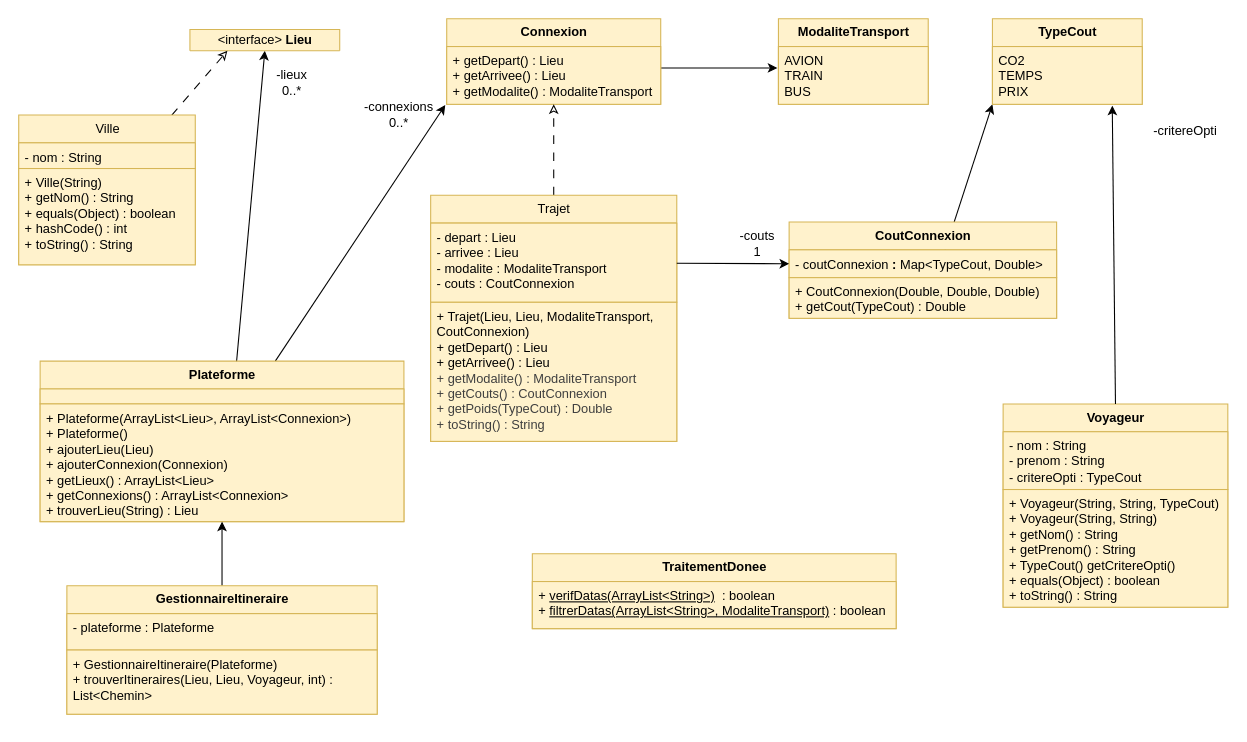
Before: rapport/uml.drawio in Nelioo7/GPS3000, a draw.io diagram. Source tidied: cells renumbered, new cells numbered last; positions are measured from the earlier drawing's top-left corner, leaving out a move shared by most shapes. Both pictures are drawn from the tidied source at 107%, with x=0, y=0 at pixel (18, 18).
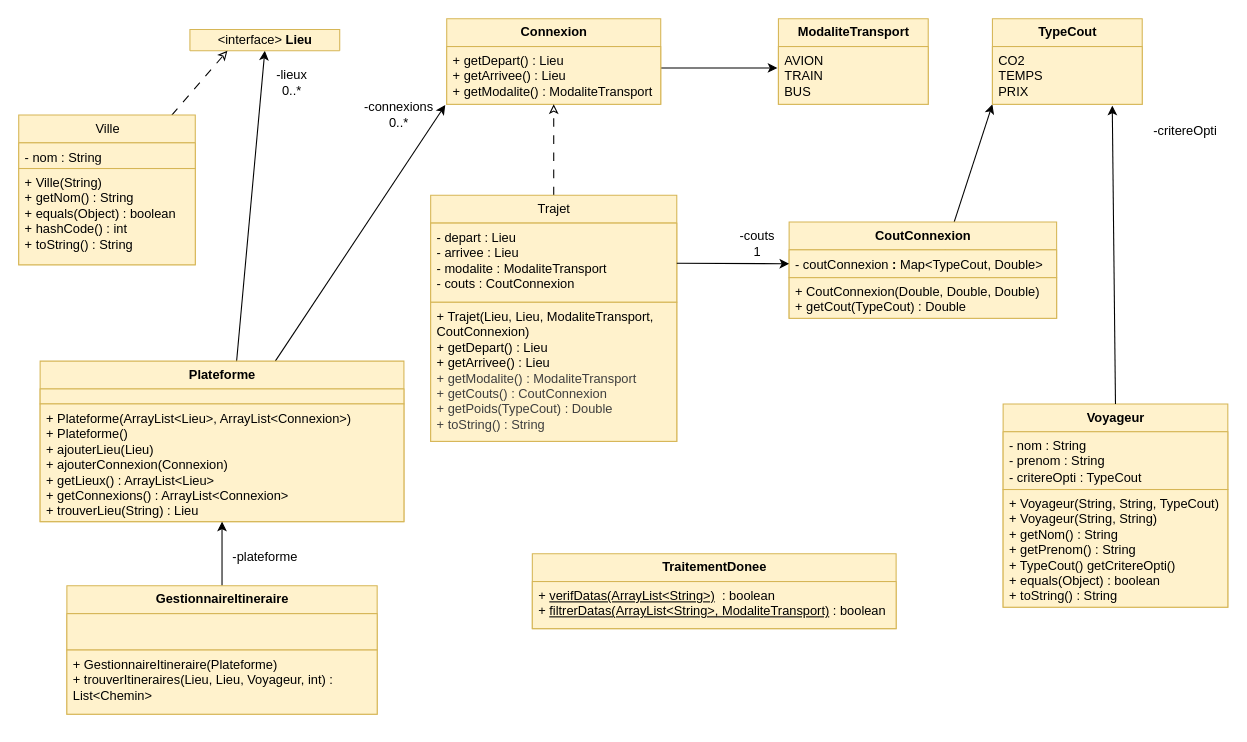
The same diagram, later.

Commit message (it also covers changes not shown here):
uml fini

Unchanged cells that the change refers to:
```xml
<mxCell id="35" value="&lt;b&gt;GestionnaireItineraire&lt;/b&gt;" style="swimlane;fontStyle=0;horizontal=1;startSize=26;fillColor=#fff2cc;html=1;rounded=0;arcSize=7;strokeColor=#d6b656;" parent="1" vertex="1">
  <mxGeometry x="45" y="530" width="290" height="120" as="geometry" />
</mxCell>
```

Change to the diagram source:
```diff
@@
-    <mxCell id="36" value="- plateforme : Plateforme" style="text;strokeColor=#d6b656;fillColor=#fff2cc;align=left;verticalAlign=top;spacingLeft=4;spacingRight=4;overflow=hidden;whiteSpace=wrap;html=1;rounded=0;arcSize=7;" parent="35" vertex="1">
+    <mxCell id="36" style="text;strokeColor=#d6b656;fillColor=#fff2cc;align=left;verticalAlign=top;spacingLeft=4;spacingRight=4;overflow=hidden;whiteSpace=wrap;html=1;rounded=0;arcSize=7;" parent="35" vertex="1">
       <mxGeometry y="26" width="290" height="34" as="geometry" />
     </mxCell>
@@
+    <mxCell id="44" value="-plateforme" style="text;html=1;align=center;verticalAlign=middle;strokeColor=none;fillColor=none;" parent="1" vertex="1">
+      <mxGeometry x="190" y="488" width="80" height="30" as="geometry" />
+    </mxCell>
```
